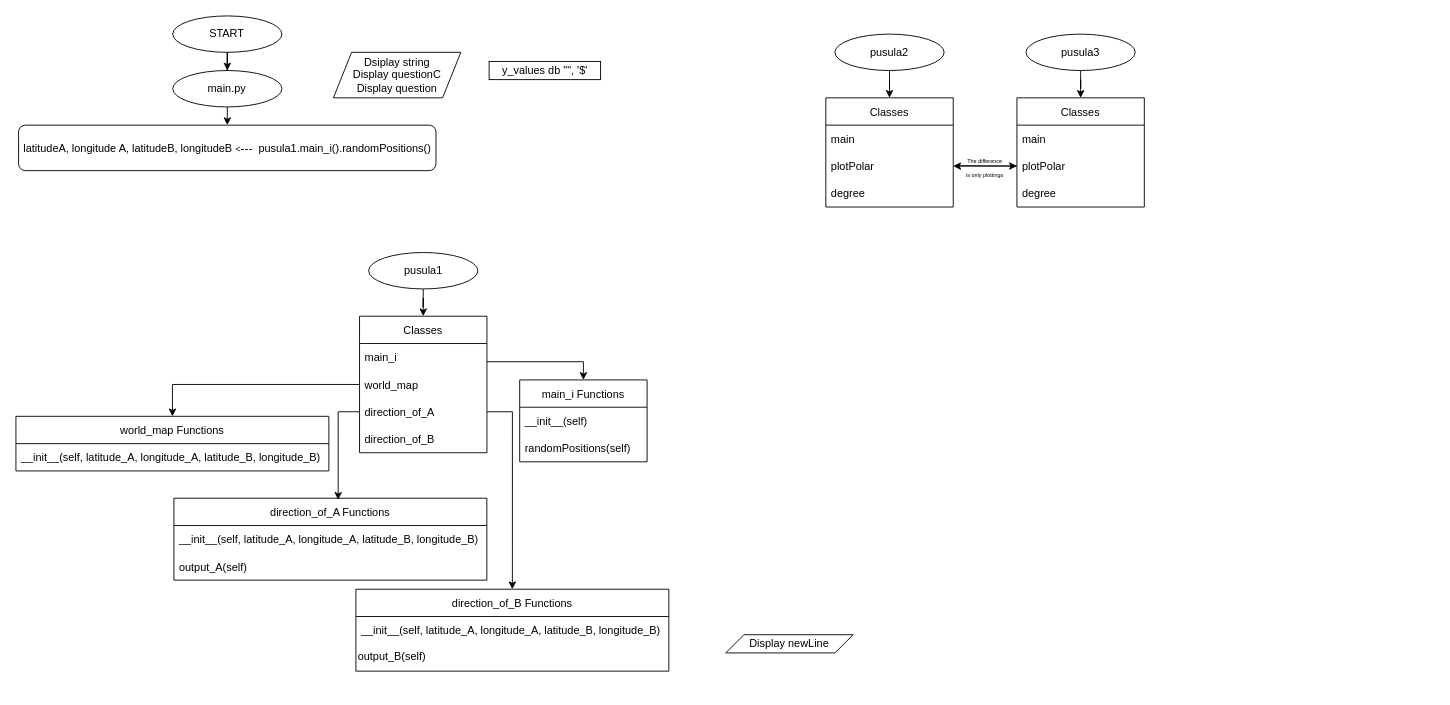
The draw.io diagram compassSystem.drawio in mmuurraatt/AnadoluRobotik, before the edit. Source tidied: cells renumbered, new cells numbered last; positions are measured from the earlier drawing's top-left corner, leaving out a move shared by most shapes. Both pictures are drawn from the tidied source at 91%, with x=0, y=0 at pixel (15, 15).
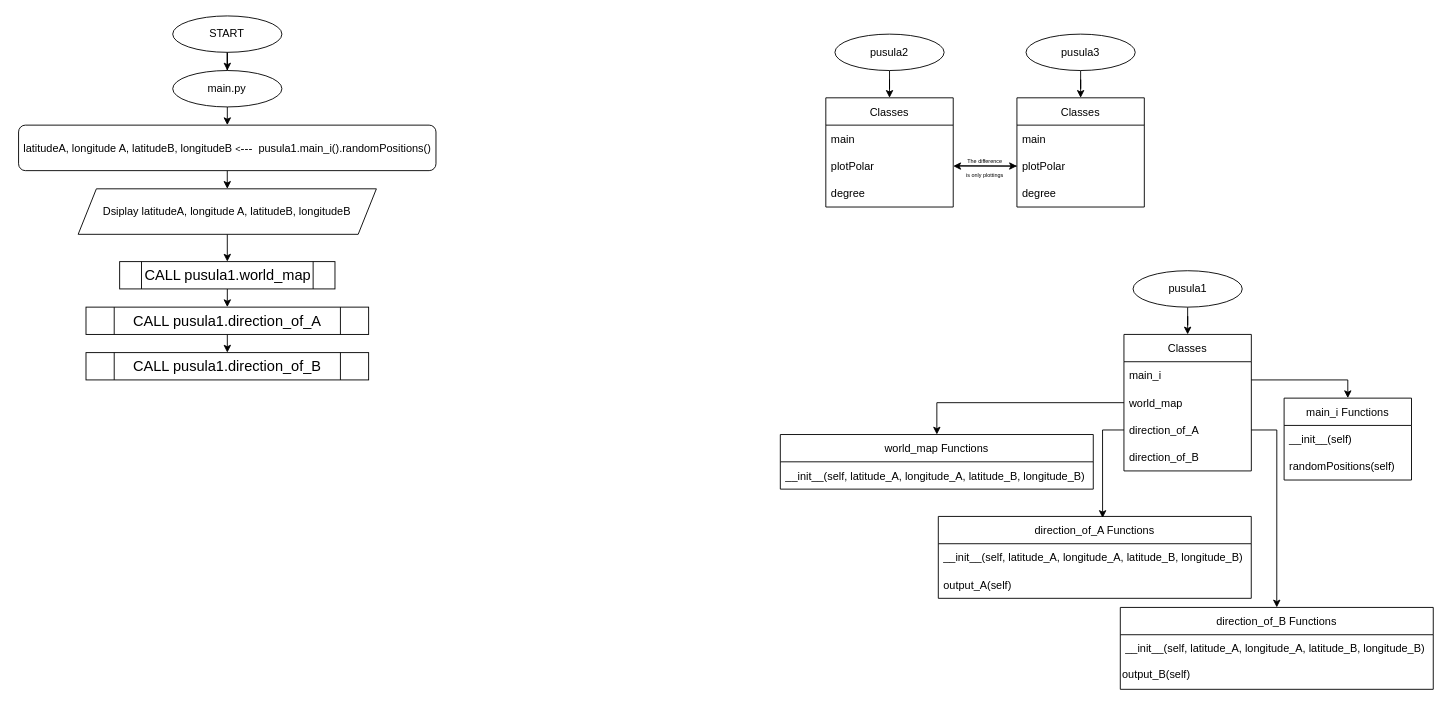
After the change.

The change refers to these unchanged cells:
```xml
<mxCell id="9" value="latitudeA, longitude A, latitudeB, longitudeB&amp;nbsp;&lt;font style=&quot;font-size: 10px&quot;&gt;&amp;lt;&lt;/font&gt;&lt;font style=&quot;font-size: 13px&quot;&gt;---&lt;/font&gt;&amp;nbsp;&amp;nbsp;&lt;span style=&quot;background-color: rgb(255, 255, 255);&quot;&gt;pusula1.main_i().randomPositions()&lt;/span&gt;" style="rounded=1;whiteSpace=wrap;html=1;fontSize=12;glass=0;strokeWidth=1;shadow=0;" parent="1" vertex="1">
  <mxGeometry x="2.9" y="120" width="458.7" height="50" as="geometry" />
</mxCell>
<mxCell id="15" value="direction_of_A" style="text;strokeColor=none;fillColor=none;align=left;verticalAlign=middle;spacingLeft=4;spacingRight=4;overflow=hidden;points=[[0,0.5],[1,0.5]];portConstraint=eastwest;labelBackgroundColor=#FFFFFF;fontFamily=Helvetica;fontColor=#000000;" parent="12" vertex="1">
  <mxGeometry y="90" width="140" height="30" as="geometry" />
</mxCell>
```

Diff of the diagram source:
```diff
@@
-    <mxCell id="4" value="Dsiplay string&lt;br&gt;Display questionC&lt;br&gt;Display question" style="shape=parallelogram;perimeter=parallelogramPerimeter;whiteSpace=wrap;html=1;fixedSize=1;" parent="1" vertex="1">
-      <mxGeometry x="348.9" y="40" width="140" height="50" as="geometry" />
-    </mxCell>
-    <mxCell id="5" value="y_values db &quot;&quot;, '$'" style="rounded=0;whiteSpace=wrap;html=1;" parent="1" vertex="1">
-      <mxGeometry x="520" y="50" width="122.5" height="20" as="geometry" />
-    </mxCell>
-    <mxCell id="6" value="Display newLine&lt;br&gt;" style="shape=parallelogram;perimeter=parallelogramPerimeter;whiteSpace=wrap;html=1;fixedSize=1;" parent="1" vertex="1">
-      <mxGeometry x="780" y="680" width="140" height="20" as="geometry" />
-    </mxCell>
@@
+    <mxCell id="47" style="edgeStyle=none;rounded=0;jettySize=auto;html=1;fontSize=6;" parent="1" edge="1" source="9" target="49">
+      <mxGeometry relative="1" as="geometry" />
+    </mxCell>
@@
     <mxCell id="11" value="pusula1" style="ellipse;whiteSpace=wrap;html=1;" parent="1" vertex="1">
-      <mxGeometry x="387.6" y="260" width="120" height="40" as="geometry" />
+      <mxGeometry x="1227.6" y="280" width="120" height="40" as="geometry" />
     </mxCell>
     <mxCell id="12" value="Classes" style="swimlane;fontStyle=0;horizontal=1;startSize=30;labelBackgroundColor=#FFFFFF;fontFamily=Helvetica;fontColor=#000000;" parent="1" vertex="1">
-      <mxGeometry x="377.6" y="330" width="140" height="150" as="geometry" />
+      <mxGeometry x="1217.6" y="350" width="140" height="150" as="geometry" />
     </mxCell>
@@
     <mxCell id="17" value="main_i Functions" style="swimlane;fontStyle=0;horizontal=1;startSize=30;labelBackgroundColor=#FFFFFF;fontFamily=Helvetica;fontColor=#000000;" parent="1" vertex="1">
-      <mxGeometry x="553.6" y="400" width="140" height="90" as="geometry" />
+      <mxGeometry x="1393.6" y="420" width="140" height="90" as="geometry" />
     </mxCell>
@@
     <mxCell id="20" style="edgeStyle=orthogonalEdgeStyle;rounded=0;jettySize=auto;html=1;fontFamily=Helvetica;fontColor=#000000;entryX=0.5;entryY=0;entryDx=0;entryDy=0;" parent="1" edge="1" target="17">
       <mxGeometry relative="1" as="geometry">
-        <mxPoint x="517.6" y="380" as="sourcePoint" />
+        <mxPoint x="1357.6" y="400" as="sourcePoint" />
         <Array as="points">
-          <mxPoint x="623.6" y="380" />
+          <mxPoint x="1463.6" y="400" />
         </Array>
       </mxGeometry>
     </mxCell>
     <mxCell id="21" value="world_map Functions" style="swimlane;fontStyle=0;horizontal=1;startSize=30;labelBackgroundColor=#FFFFFF;fontFamily=Helvetica;fontColor=#000000;" parent="1" vertex="1">
-      <mxGeometry y="440" width="343.9" height="60" as="geometry" />
+      <mxGeometry x="840" y="460" width="343.9" height="60" as="geometry" />
     </mxCell>
@@
     <mxCell id="24" value="direction_of_A Functions" style="swimlane;fontStyle=0;horizontal=1;startSize=30;labelBackgroundColor=#FFFFFF;fontFamily=Helvetica;fontColor=#000000;" parent="1" vertex="1">
-      <mxGeometry x="173.6" y="530" width="343.9" height="90" as="geometry" />
+      <mxGeometry x="1013.6" y="550" width="343.9" height="90" as="geometry" />
     </mxCell>
@@
     <mxCell id="28" style="edgeStyle=orthogonalEdgeStyle;rounded=0;jettySize=auto;html=1;exitX=1;exitY=0.5;exitDx=0;exitDy=0;fontFamily=Helvetica;fontColor=#000000;entryX=0.5;entryY=0;entryDx=0;entryDy=0;" parent="1" edge="1" source="15" target="29">
       <mxGeometry relative="1" as="geometry">
         <Array as="points">
-          <mxPoint x="545.6" y="435" />
+          <mxPoint x="1385.6" y="455" />
         </Array>
       </mxGeometry>
     </mxCell>
     <mxCell id="29" value="direction_of_B Functions" style="swimlane;fontStyle=0;horizontal=1;startSize=30;labelBackgroundColor=#FFFFFF;fontFamily=Helvetica;fontColor=#000000;" parent="1" vertex="1">
-      <mxGeometry x="373.6" y="630" width="343.9" height="90" as="geometry" />
+      <mxGeometry x="1213.6" y="650" width="343.9" height="90" as="geometry" />
     </mxCell>
@@
+    <mxCell id="48" style="edgeStyle=none;rounded=0;jettySize=auto;html=1;fontSize=6;" parent="1" edge="1" source="49" target="51">
+      <mxGeometry relative="1" as="geometry" />
+    </mxCell>
+    <mxCell id="49" value="Dsiplay latitudeA, longitude A, latitudeB, longitudeB" style="shape=parallelogram;perimeter=parallelogramPerimeter;whiteSpace=wrap;html=1;fixedSize=1;" parent="1" vertex="1">
+      <mxGeometry x="68.4" y="190" width="327.7" height="50" as="geometry" />
+    </mxCell>
+    <mxCell id="50" style="edgeStyle=none;rounded=0;jettySize=auto;html=1;fontSize=14;" parent="1" edge="1" source="51" target="53">
+      <mxGeometry relative="1" as="geometry" />
+    </mxCell>
+    <mxCell id="51" value="&lt;font size=&quot;3&quot;&gt;CALL pusula1.world_map&lt;/font&gt;" style="shape=process;whiteSpace=wrap;html=1;backgroundOutline=1;fontSize=6;" parent="1" vertex="1">
+      <mxGeometry x="114" y="270" width="236.6" height="30" as="geometry" />
+    </mxCell>
+    <mxCell id="52" style="edgeStyle=none;rounded=0;jettySize=auto;html=1;fontSize=14;" parent="1" edge="1" source="53" target="54">
+      <mxGeometry relative="1" as="geometry" />
+    </mxCell>
+    <mxCell id="53" value="&lt;font size=&quot;3&quot;&gt;CALL pusula1.direction_of_A&lt;/font&gt;" style="shape=process;whiteSpace=wrap;html=1;backgroundOutline=1;fontSize=6;" parent="1" vertex="1">
+      <mxGeometry x="77" y="320" width="310.6" height="30" as="geometry" />
+    </mxCell>
+    <mxCell id="54" value="&lt;font size=&quot;3&quot;&gt;CALL pusula1.direction_of_B&lt;/font&gt;" style="shape=process;whiteSpace=wrap;html=1;backgroundOutline=1;fontSize=6;" parent="1" vertex="1">
+      <mxGeometry x="77" y="370" width="310.6" height="30" as="geometry" />
+    </mxCell>
```
